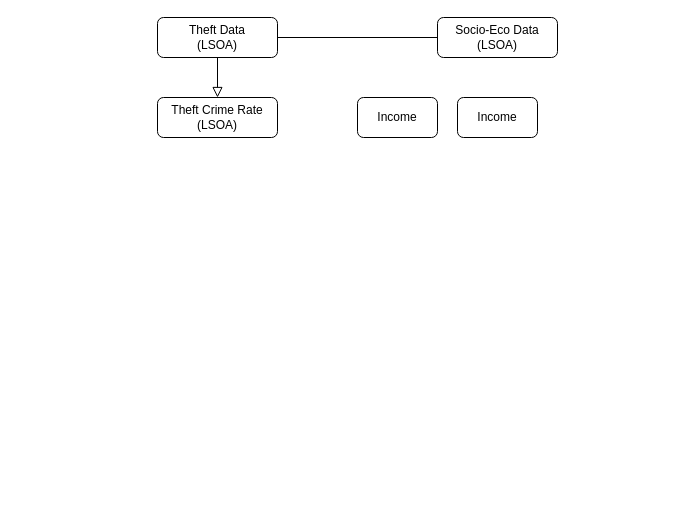
Earlier version of the draw.io diagram 未命名绘图.drawio (meimao76/006assessment). Source tidied: cells renumbered, new cells numbered last; positions are measured from the earlier drawing's top-left corner, leaving out a move shared by most shapes. Both pictures are drawn from the tidied source at 100%, with x=0, y=0 at pixel (157, 17).
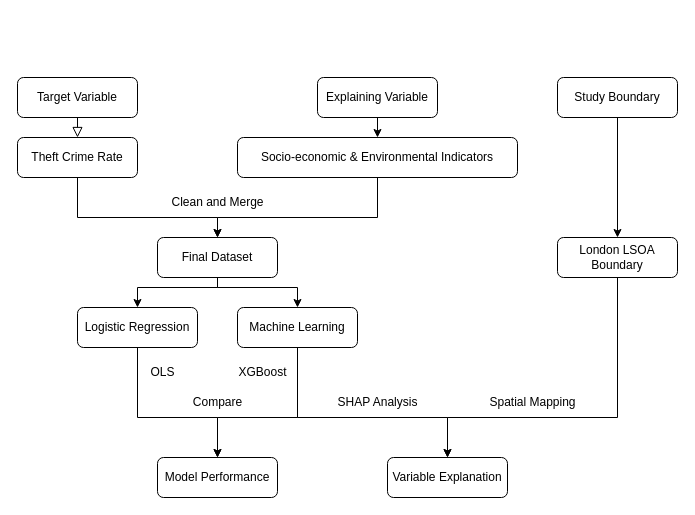
The same diagram, later.

Commit message:
更新未命名绘图.drawio

Diff of the diagram source:
```diff
@@
-    <mxCell id="2" style="rounded=0;html=1;jettySize=auto;fontSize=11;endArrow=block;endFill=0;endSize=8;strokeWidth=1;shadow=0;labelBackgroundColor=none;edgeStyle=orthogonalEdgeStyle;entryX=0.5;entryY=0;entryDx=0;entryDy=0;" parent="1" edge="1" source="3" target="5">
+    <mxCell id="2" style="rounded=0;html=1;jettySize=auto;fontSize=11;endArrow=block;endFill=0;endSize=8;strokeWidth=1;shadow=0;labelBackgroundColor=none;edgeStyle=orthogonalEdgeStyle;entryX=0.5;entryY=0;entryDx=0;entryDy=0;exitX=0.5;exitY=1;exitDx=0;exitDy=0;" parent="1" edge="1" source="10" target="5">
       <mxGeometry relative="1" as="geometry" />
     </mxCell>
-    <mxCell id="3" value="Theft Data&lt;div&gt;&lt;span style=&quot;background-color: transparent; color: light-dark(rgb(0, 0, 0), rgb(255, 255, 255));&quot;&gt;(LSOA)&lt;/span&gt;&lt;/div&gt;" style="rounded=1;whiteSpace=wrap;html=1;fontSize=12;glass=0;strokeWidth=1;shadow=0;" parent="1" vertex="1">
-      <mxGeometry width="120" height="40" as="geometry" />
-    </mxCell>
-    <mxCell id="4" value="Socio-Eco Data (LSOA)" style="rounded=1;whiteSpace=wrap;html=1;fontSize=12;glass=0;strokeWidth=1;shadow=0;" parent="1" vertex="1">
-      <mxGeometry x="280" width="120" height="40" as="geometry" />
+    <mxCell id="4" value="Socio-economic &amp;amp; Environmental Indicators" style="rounded=1;whiteSpace=wrap;html=1;fontSize=12;glass=0;strokeWidth=1;shadow=0;" parent="1" vertex="1">
+      <mxGeometry x="80" y="120" width="280" height="40" as="geometry" />
     </mxCell>
+    <mxCell id="9" style="edgeStyle=orthogonalEdgeStyle;rounded=0;jettySize=auto;html=1;exitX=0.5;exitY=1;exitDx=0;exitDy=0;entryX=0.5;entryY=0;entryDx=0;entryDy=0;" parent="1" edge="1" source="5" target="19">
+      <mxGeometry relative="1" as="geometry">
+        <Array as="points">
+          <mxPoint x="-80" y="200" />
+          <mxPoint x="60" y="200" />
+        </Array>
+      </mxGeometry>
+    </mxCell>
-    <mxCell id="5" value="Theft Crime Rate&lt;div&gt;(LSOA)&lt;/div&gt;" style="rounded=1;whiteSpace=wrap;html=1;" parent="1" vertex="1">
-      <mxGeometry y="80" width="120" height="40" as="geometry" />
+    <mxCell id="5" value="Theft Crime Rate" style="rounded=1;whiteSpace=wrap;html=1;" parent="1" vertex="1">
+      <mxGeometry x="-140" y="120" width="120" height="40" as="geometry" />
     </mxCell>
-    <mxCell id="6" style="endArrow=none;html=1;rounded=0;exitX=1;exitY=0.5;exitDx=0;exitDy=0;entryX=0;entryY=0.5;entryDx=0;entryDy=0;" parent="1" edge="1" source="3" target="4">
-      <mxGeometry relative="1" as="geometry" />
-    </mxCell>
-    <mxCell id="7" value="Income" style="rounded=1;whiteSpace=wrap;html=1;" parent="1" vertex="1">
-      <mxGeometry x="200" y="80" width="80" height="40" as="geometry" />
-    </mxCell>
-    <mxCell id="8" value="Income" style="rounded=1;whiteSpace=wrap;html=1;" parent="1" vertex="1">
-      <mxGeometry x="300" y="80" width="80" height="40" as="geometry" />
-    </mxCell>
+    <mxCell id="10" value="Target Variable" style="rounded=1;whiteSpace=wrap;html=1;" parent="1" vertex="1">
+      <mxGeometry x="-140" y="60" width="120" height="40" as="geometry" />
+    </mxCell>
+    <mxCell id="11" style="edgeStyle=orthogonalEdgeStyle;rounded=0;jettySize=auto;html=1;exitX=0.5;exitY=1;exitDx=0;exitDy=0;entryX=0.5;entryY=0;entryDx=0;entryDy=0;" parent="1" edge="1" source="12" target="4">
+      <mxGeometry relative="1" as="geometry" />
+    </mxCell>
+    <mxCell id="12" value="Explaining Variable" style="rounded=1;whiteSpace=wrap;html=1;" parent="1" vertex="1">
+      <mxGeometry x="160" y="60" width="120" height="40" as="geometry" />
+    </mxCell>
+    <mxCell id="13" style="edgeStyle=orthogonalEdgeStyle;rounded=0;jettySize=auto;html=1;exitX=0.5;exitY=1;exitDx=0;exitDy=0;entryX=0.5;entryY=0;entryDx=0;entryDy=0;" parent="1" edge="1" source="14" target="16">
+      <mxGeometry relative="1" as="geometry" />
+    </mxCell>
+    <mxCell id="14" value="Study Boundary" style="rounded=1;whiteSpace=wrap;html=1;" parent="1" vertex="1">
+      <mxGeometry x="400" y="60" width="120" height="40" as="geometry" />
+    </mxCell>
+    <mxCell id="15" style="edgeStyle=orthogonalEdgeStyle;rounded=0;jettySize=auto;html=1;exitX=0.5;exitY=1;exitDx=0;exitDy=0;entryX=0.5;entryY=0;entryDx=0;entryDy=0;" parent="1" edge="1" source="16" target="28">
+      <mxGeometry relative="1" as="geometry">
+        <Array as="points">
+          <mxPoint x="460" y="400" />
+          <mxPoint x="290" y="400" />
+        </Array>
+      </mxGeometry>
+    </mxCell>
+    <mxCell id="16" value="London LSOA Boundary" style="rounded=1;whiteSpace=wrap;html=1;" parent="1" vertex="1">
+      <mxGeometry x="400" y="220" width="120" height="40" as="geometry" />
+    </mxCell>
+    <mxCell id="17" style="edgeStyle=orthogonalEdgeStyle;rounded=0;jettySize=auto;html=1;exitX=0.5;exitY=1;exitDx=0;exitDy=0;entryX=0.5;entryY=0;entryDx=0;entryDy=0;" parent="1" edge="1" source="19" target="23">
+      <mxGeometry relative="1" as="geometry">
+        <Array as="points">
+          <mxPoint x="60" y="270" />
+          <mxPoint x="-20" y="270" />
+        </Array>
+      </mxGeometry>
+    </mxCell>
+    <mxCell id="18" style="edgeStyle=orthogonalEdgeStyle;rounded=0;jettySize=auto;html=1;exitX=0.5;exitY=1;exitDx=0;exitDy=0;entryX=0.5;entryY=0;entryDx=0;entryDy=0;" parent="1" edge="1" source="19" target="26">
+      <mxGeometry relative="1" as="geometry">
+        <Array as="points">
+          <mxPoint x="60" y="270" />
+          <mxPoint x="140" y="270" />
+        </Array>
+      </mxGeometry>
+    </mxCell>
+    <mxCell id="19" value="Final Dataset" style="rounded=1;whiteSpace=wrap;html=1;" parent="1" vertex="1">
+      <mxGeometry y="220" width="120" height="40" as="geometry" />
+    </mxCell>
+    <mxCell id="20" value="Clean and Merge" style="text;html=1;align=center;verticalAlign=middle;strokeColor=none;fillColor=none;" parent="1" vertex="1">
+      <mxGeometry y="170" width="120" height="30" as="geometry" />
+    </mxCell>
+    <mxCell id="21" style="edgeStyle=orthogonalEdgeStyle;rounded=0;orthogonalLoop=1;jettySize=auto;html=1;exitX=0.5;exitY=1;exitDx=0;exitDy=0;" parent="1" edge="1" source="19" target="19">
+      <mxGeometry relative="1" as="geometry" />
+    </mxCell>
+    <mxCell id="22" style="edgeStyle=orthogonalEdgeStyle;rounded=0;jettySize=auto;html=1;exitX=0.5;exitY=1;exitDx=0;exitDy=0;entryX=0.5;entryY=0;entryDx=0;entryDy=0;" parent="1" edge="1" source="23" target="27">
+      <mxGeometry relative="1" as="geometry">
+        <Array as="points">
+          <mxPoint x="-20" y="400" />
+          <mxPoint x="60" y="400" />
+        </Array>
+      </mxGeometry>
+    </mxCell>
+    <mxCell id="23" value="Logistic Regression" style="rounded=1;whiteSpace=wrap;html=1;" parent="1" vertex="1">
+      <mxGeometry x="-80" y="290" width="120" height="40" as="geometry" />
+    </mxCell>
+    <mxCell id="24" style="edgeStyle=orthogonalEdgeStyle;rounded=0;jettySize=auto;html=1;exitX=0.5;exitY=1;exitDx=0;exitDy=0;entryX=0.5;entryY=0;entryDx=0;entryDy=0;" parent="1" edge="1" source="26" target="27">
+      <mxGeometry relative="1" as="geometry">
+        <Array as="points">
+          <mxPoint x="140" y="400" />
+          <mxPoint x="60" y="400" />
+        </Array>
+      </mxGeometry>
+    </mxCell>
+    <mxCell id="25" style="edgeStyle=orthogonalEdgeStyle;rounded=0;jettySize=auto;html=1;exitX=0.5;exitY=1;exitDx=0;exitDy=0;" parent="1" edge="1" source="26" target="28">
+      <mxGeometry relative="1" as="geometry">
+        <Array as="points">
+          <mxPoint x="140" y="400" />
+          <mxPoint x="290" y="400" />
+        </Array>
+      </mxGeometry>
+    </mxCell>
+    <mxCell id="26" value="Machine Learning" style="rounded=1;whiteSpace=wrap;html=1;" parent="1" vertex="1">
+      <mxGeometry x="80" y="290" width="120" height="40" as="geometry" />
+    </mxCell>
+    <mxCell id="27" value="Model Performance" style="rounded=1;whiteSpace=wrap;html=1;" parent="1" vertex="1">
+      <mxGeometry y="440" width="120" height="40" as="geometry" />
+    </mxCell>
+    <mxCell id="28" value="Variable Explanation" style="rounded=1;whiteSpace=wrap;html=1;" parent="1" vertex="1">
+      <mxGeometry x="230" y="440" width="120" height="40" as="geometry" />
+    </mxCell>
+    <mxCell id="29" value="SHAP Analysis" style="text;html=1;align=center;verticalAlign=middle;strokeColor=none;fillColor=none;" parent="1" vertex="1">
+      <mxGeometry x="170" y="370" width="100" height="30" as="geometry" />
+    </mxCell>
+    <mxCell id="30" value="Compare" style="text;html=1;align=center;verticalAlign=middle;strokeColor=none;fillColor=none;" parent="1" vertex="1">
+      <mxGeometry x="25" y="370" width="70" height="30" as="geometry" />
+    </mxCell>
+    <mxCell id="31" value="Spatial Mapping" style="text;html=1;align=center;verticalAlign=middle;strokeColor=none;fillColor=none;" parent="1" vertex="1">
+      <mxGeometry x="320" y="370" width="110" height="30" as="geometry" />
+    </mxCell>
+    <mxCell id="32" style="edgeStyle=orthogonalEdgeStyle;rounded=0;jettySize=auto;html=1;exitX=0.5;exitY=1;exitDx=0;exitDy=0;entryX=0.5;entryY=0;entryDx=0;entryDy=0;" parent="1" edge="1" source="4" target="19">
+      <mxGeometry relative="1" as="geometry">
+        <Array as="points">
+          <mxPoint x="220" y="200" />
+          <mxPoint x="60" y="200" />
+        </Array>
+      </mxGeometry>
+    </mxCell>
+    <mxCell id="33" value="XGBoost" style="text;html=1;align=center;verticalAlign=middle;strokeColor=none;fillColor=none;" parent="1" vertex="1">
+      <mxGeometry x="70" y="340" width="70" height="30" as="geometry" />
+    </mxCell>
+    <mxCell id="34" value="OLS" style="text;html=1;align=center;verticalAlign=middle;strokeColor=none;fillColor=none;" parent="1" vertex="1">
+      <mxGeometry x="-20" y="340" width="50" height="30" as="geometry" />
+    </mxCell>
```
